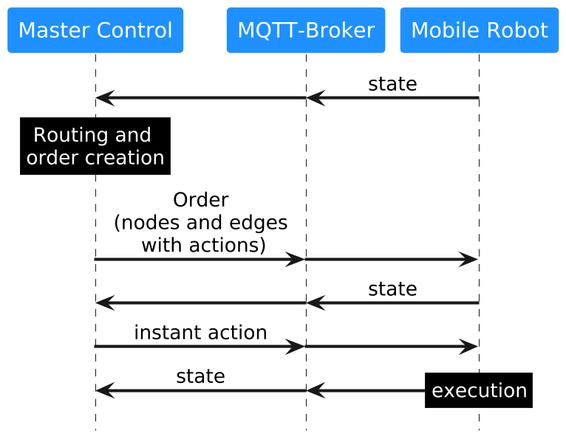
The PlantUML diagram assets/information_flow_VDA5050.png in VDA5050/VDA5050, before a commit.
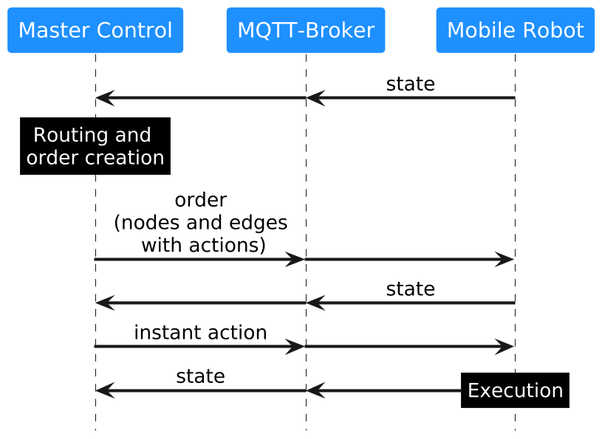
Later version of the same file.

What changed in the source:
```diff
@@ -23,8 +23,8 @@
 Routing and
 order creation
 endrnote
-"Master Control" -> "MQTT-Broker": Order\n(nodes and edges\n with actions)
-& "MQTT-Broker" -> "Mobile Robot"
+"Master Control" -> "MQTT-Broker": order\n(nodes and edges\n with actions)
+& "MQTT-Broker" -> "Mobile Robot":<U+0020><U+0020><U+0020><U+0020><U+0020><U+0020><U+0020><U+0020><U+0020><U+0020><U+0020><U+0020><U+0020><U+0020><U+0020><U+0020><U+0020><U+0020><U+0020><U+0020><U+0020><U+0020><U+0020><U+0020><U+0020><U+0020><U+0020><U+0020>
 "MQTT-Broker" <- "Mobile Robot": state
 &"Master Control" <- "MQTT-Broker":
 
@@ -36,6 +36,6 @@
 & "MQTT-Broker" <- "Mobile Robot"
 
 &rnote over "Mobile Robot" #black
-execution
+Execution
 endrnote
 @enduml
```
